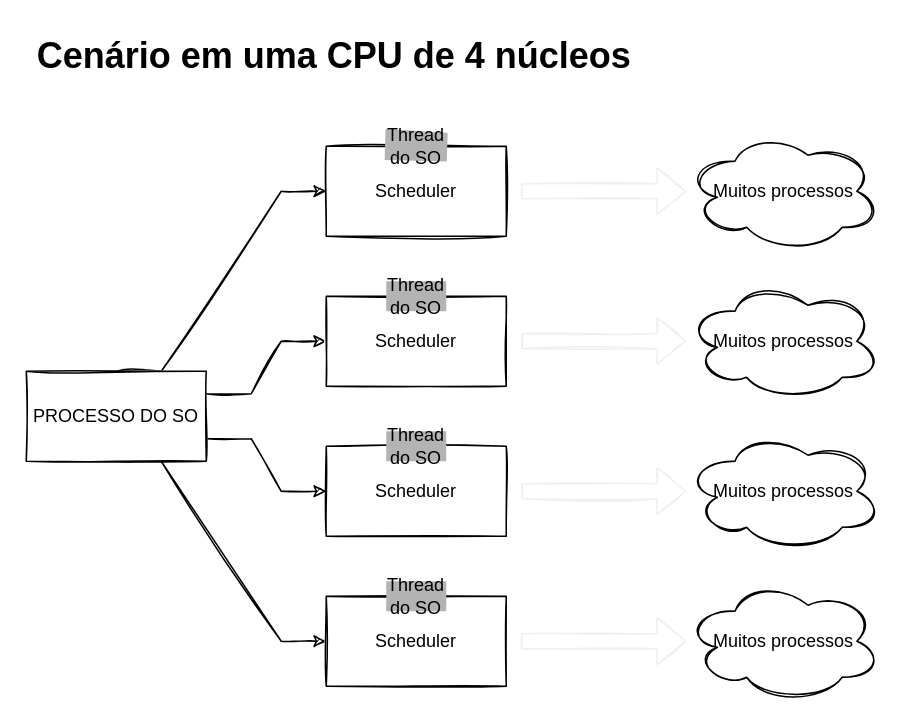
Above: elixir.drawio in cintiafumi/reports_generator (draw.io), before the change. Source tidied: cells renumbered, new cells numbered last; positions are measured from the earlier drawing's top-left corner, leaving out a move shared by most shapes. Both pictures are drawn from the tidied source at 150%, with x=0, y=0 at pixel (26, 26).
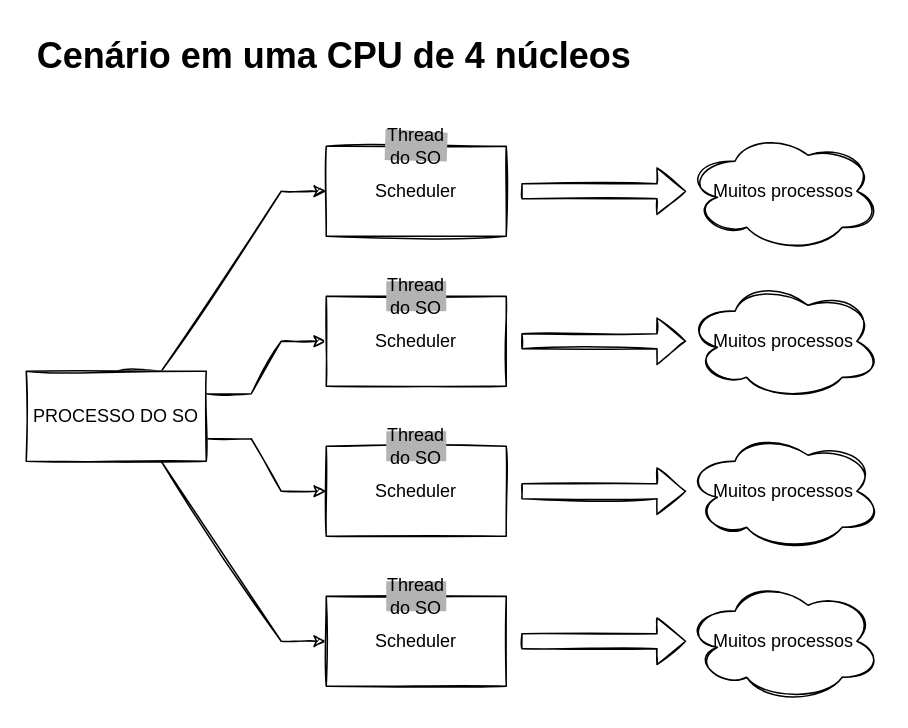
Above is the later version.

The change refers to these unchanged cells:
```xml
<mxCell id="12" value="Muitos processos" style="ellipse;shape=cloud;whiteSpace=wrap;html=1;shadow=0;sketch=1;" parent="1" vertex="1">
  <mxGeometry x="440" y="70" width="130" height="80" as="geometry" />
</mxCell>
<mxCell id="13" value="Muitos processos" style="ellipse;shape=cloud;whiteSpace=wrap;html=1;shadow=0;sketch=1;" parent="1" vertex="1">
  <mxGeometry x="440" y="170" width="130" height="80" as="geometry" />
</mxCell>
<mxCell id="14" value="Muitos processos" style="ellipse;shape=cloud;whiteSpace=wrap;html=1;shadow=0;sketch=1;" parent="1" vertex="1">
  <mxGeometry x="440" y="270" width="130" height="80" as="geometry" />
</mxCell>
<mxCell id="15" value="Muitos processos" style="ellipse;shape=cloud;whiteSpace=wrap;html=1;shadow=0;sketch=1;" parent="1" vertex="1">
  <mxGeometry x="440" y="370" width="130" height="80" as="geometry" />
</mxCell>
```

The edit, as a diff of the source:
```diff
@@
-    <mxCell id="16" style="shape=flexArrow;endArrow=classic;html=1;strokeColor=#f0f0f0;sketch=1;" parent="1" edge="1" target="12">
+    <mxCell id="16" style="shape=flexArrow;endArrow=classic;html=1;sketch=1;" parent="1" edge="1" target="12">
       <mxGeometry relative="1" as="geometry">
         <mxPoint x="330" y="110" as="sourcePoint" />
       </mxGeometry>
     </mxCell>
-    <mxCell id="17" style="shape=flexArrow;endArrow=classic;html=1;strokeColor=#f0f0f0;sketch=1;" parent="1" edge="1" target="13">
+    <mxCell id="17" style="shape=flexArrow;endArrow=classic;html=1;sketch=1;" parent="1" edge="1" target="13">
       <mxGeometry relative="1" as="geometry">
         <mxPoint x="330" y="210" as="sourcePoint" />
       </mxGeometry>
     </mxCell>
@@
-    <mxCell id="22" style="shape=flexArrow;endArrow=classic;html=1;strokeColor=#f0f0f0;sketch=1;" parent="1" edge="1" target="14">
+    <mxCell id="22" style="shape=flexArrow;endArrow=classic;html=1;sketch=1;" parent="1" edge="1" target="14">
       <mxGeometry relative="1" as="geometry">
         <mxPoint x="330" y="310" as="sourcePoint" />
       </mxGeometry>
     </mxCell>
-    <mxCell id="23" style="shape=flexArrow;endArrow=classic;html=1;strokeColor=#f0f0f0;sketch=1;" parent="1" edge="1" target="15">
+    <mxCell id="23" style="shape=flexArrow;endArrow=classic;html=1;sketch=1;" parent="1" edge="1" target="15">
       <mxGeometry relative="1" as="geometry">
         <mxPoint x="330" y="410" as="sourcePoint" />
       </mxGeometry>
     </mxCell>
```
